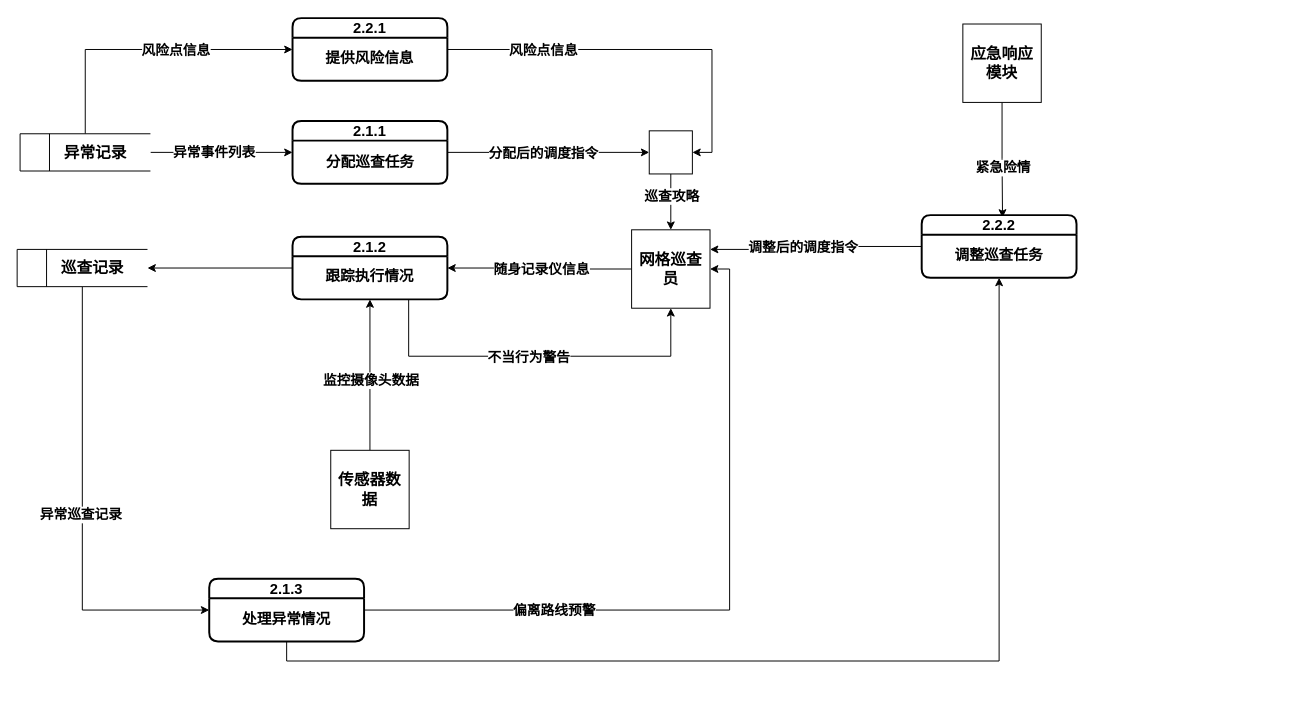
Before: 系统图DFD2.drawio in Lxlorange/drawio, a draw.io diagram. Source tidied: cells renumbered, new cells numbered last; positions are measured from the earlier drawing's top-left corner, leaving out a move shared by most shapes. Both pictures are drawn from the tidied source at 98%, with x=0, y=0 at pixel (17, 18).
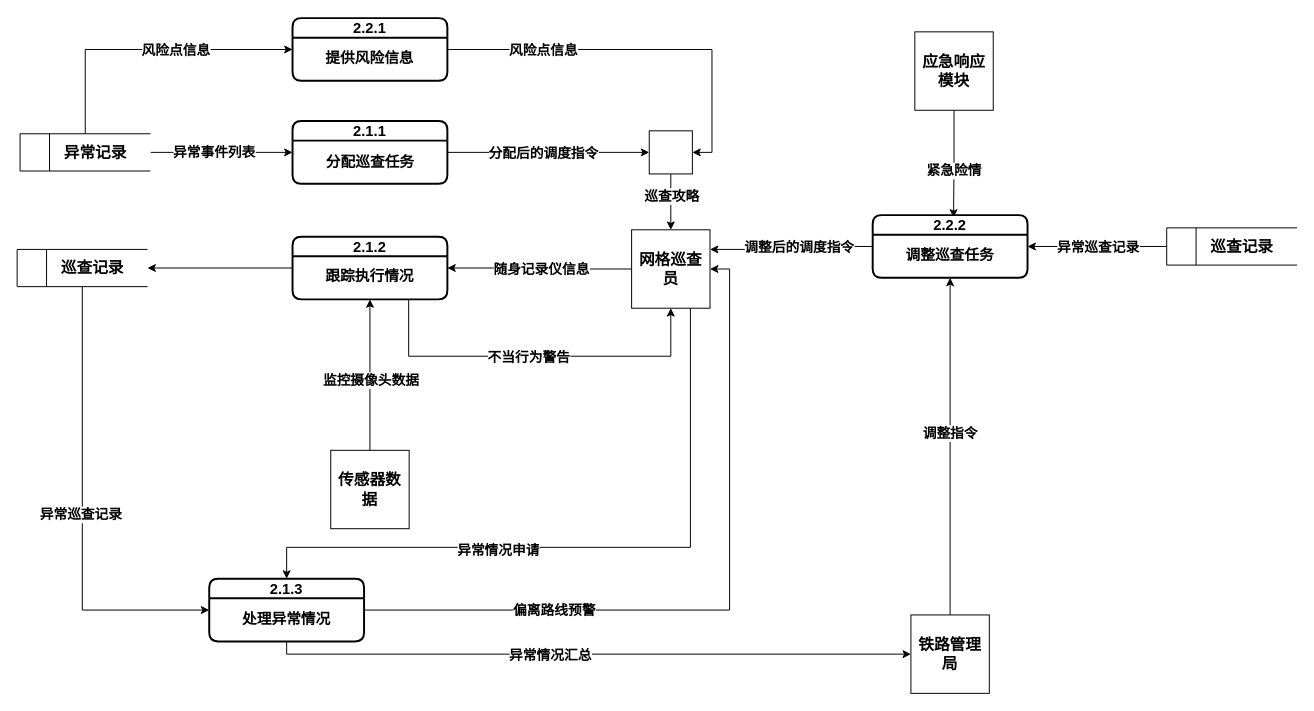
Above is the later version.

The change refers to these unchanged cells:
```xml
<mxCell id="7" value="2.1.3" style="swimlane;html=1;startSize=20;fontStyle=1;horizontal=1;swimlaneLine=1;strokeWidth=2;swimlaneFillColor=#ffffff;whiteSpace=wrap;rounded=1;fontSize=15;" parent="1" vertex="1">
  <mxGeometry x="196" y="572" width="158" height="64" as="geometry" />
</mxCell>
<mxCell id="8" value="处理异常情况" style="text;html=1;align=center;verticalAlign=middle;whiteSpace=wrap;rounded=0;fontSize=15;fontStyle=1;" parent="7" vertex="1">
  <mxGeometry x="28" y="26" width="102" height="30" as="geometry" />
</mxCell>
<mxCell id="23" style="edgeStyle=orthogonalEdgeStyle;rounded=0;jettySize=auto;html=1;exitX=0;exitY=0.5;exitDx=0;exitDy=0;entryX=1;entryY=0.25;entryDx=0;entryDy=0;" parent="1" edge="1" source="25" target="30">
  <mxGeometry relative="1" as="geometry" />
</mxCell>
<mxCell id="30" value="&lt;b&gt;网格巡查员&lt;/b&gt;" style="rounded=0;whiteSpace=wrap;html=1;fontSize=16;" parent="1" vertex="1">
  <mxGeometry x="627" y="216" width="80" height="80" as="geometry" />
</mxCell>
```

The edit, as a diff of the source:
```diff
@@
-    <mxCell id="6" style="edgeStyle=orthogonalEdgeStyle;rounded=0;jettySize=auto;html=1;exitX=0.5;exitY=1;exitDx=0;exitDy=0;entryX=0.5;entryY=1;entryDx=0;entryDy=0;" parent="1" edge="1" source="7" target="25">
-      <mxGeometry relative="1" as="geometry" />
-    </mxCell>
+    <mxCell id="44" style="edgeStyle=orthogonalEdgeStyle;rounded=0;jettySize=auto;html=1;entryX=0;entryY=0.5;entryDx=0;entryDy=0;exitX=0.5;exitY=1;exitDx=0;exitDy=0;" parent="1" edge="1" source="8" target="50">
+      <mxGeometry relative="1" as="geometry" />
+    </mxCell>
+    <mxCell id="45" value="&lt;font style=&quot;font-size: 14px;&quot;&gt;&lt;b&gt;异常情况汇总&lt;/b&gt;&lt;/font&gt;" style="edgeLabel;html=1;align=center;verticalAlign=middle;" parent="44" vertex="1">
+      <mxGeometry x="-0.13" y="2" relative="1" as="geometry">
+        <mxPoint x="3" y="2" as="offset" />
+      </mxGeometry>
+    </mxCell>
@@
     <mxCell id="24" value="&lt;b&gt;&lt;font style=&quot;font-size: 14px;&quot;&gt;调整后的调度指令&lt;/font&gt;&lt;/b&gt;" style="edgeLabel;html=1;align=center;verticalAlign=middle;" parent="23" vertex="1">
-      <mxGeometry x="0.14" y="-3" relative="1" as="geometry" />
+      <mxGeometry x="0.14" y="-3" relative="1" as="geometry">
+        <mxPoint x="17" as="offset" />
+      </mxGeometry>
     </mxCell>
     <mxCell id="25" value="2.2.2" style="swimlane;html=1;startSize=20;fontStyle=1;horizontal=1;swimlaneLine=1;strokeWidth=2;swimlaneFillColor=#ffffff;whiteSpace=wrap;rounded=1;fontSize=15;" parent="1" vertex="1">
-      <mxGeometry x="923" y="201" width="158" height="64" as="geometry" />
+      <mxGeometry x="873" y="201" width="158" height="64" as="geometry" />
     </mxCell>
@@
     <mxCell id="27" value="&lt;b&gt;应急响应模块&lt;/b&gt;" style="rounded=0;whiteSpace=wrap;html=1;fontSize=16;" parent="1" vertex="1">
-      <mxGeometry x="965" y="6" width="80" height="80" as="geometry" />
+      <mxGeometry x="916" y="14" width="80" height="80" as="geometry" />
     </mxCell>
@@
+    <mxCell id="46" style="edgeStyle=orthogonalEdgeStyle;rounded=0;jettySize=auto;html=1;exitX=0.75;exitY=1;exitDx=0;exitDy=0;entryX=0.5;entryY=0;entryDx=0;entryDy=0;" parent="1" edge="1" source="30" target="7">
+      <mxGeometry relative="1" as="geometry">
+        <Array as="points">
+          <mxPoint x="687" y="540" />
+          <mxPoint x="275" y="540" />
+        </Array>
+      </mxGeometry>
+    </mxCell>
+    <mxCell id="47" value="&lt;font style=&quot;font-size: 14px;&quot;&gt;&lt;b&gt;异常情况申请&lt;/b&gt;&lt;/font&gt;" style="edgeLabel;html=1;align=center;verticalAlign=middle;" parent="46" vertex="1">
+      <mxGeometry x="0.27" y="-2" relative="1" as="geometry">
+        <mxPoint x="-4" y="4" as="offset" />
+      </mxGeometry>
+    </mxCell>
@@
+    <mxCell id="48" style="edgeStyle=orthogonalEdgeStyle;rounded=0;jettySize=auto;html=1;entryX=0.5;entryY=1;entryDx=0;entryDy=0;" parent="1" edge="1" source="50" target="25">
+      <mxGeometry relative="1" as="geometry" />
+    </mxCell>
+    <mxCell id="49" value="&lt;font style=&quot;font-size: 14px;&quot;&gt;&lt;b&gt;调整指令&lt;/b&gt;&lt;/font&gt;" style="edgeLabel;html=1;align=center;verticalAlign=middle;" parent="48" vertex="1">
+      <mxGeometry x="0.08" y="1" relative="1" as="geometry" />
+    </mxCell>
+    <mxCell id="50" value="&lt;b&gt;铁路管理局&lt;/b&gt;" style="rounded=0;whiteSpace=wrap;html=1;fontSize=16;" parent="1" vertex="1">
+      <mxGeometry x="912" y="609" width="80" height="80" as="geometry" />
+    </mxCell>
+    <mxCell id="51" style="edgeStyle=orthogonalEdgeStyle;rounded=0;jettySize=auto;html=1;entryX=1;entryY=0.5;entryDx=0;entryDy=0;" parent="1" edge="1" source="53" target="25">
+      <mxGeometry relative="1" as="geometry" />
+    </mxCell>
+    <mxCell id="52" value="&lt;b&gt;&lt;font style=&quot;font-size: 14px;&quot;&gt;异常巡查记录&lt;/font&gt;&lt;/b&gt;" style="edgeLabel;html=1;align=center;verticalAlign=middle;" parent="51" vertex="1">
+      <mxGeometry x="0.43" y="-3" relative="1" as="geometry">
+        <mxPoint x="31" y="3" as="offset" />
+      </mxGeometry>
+    </mxCell>
+    <mxCell id="53" value="&lt;font style=&quot;font-size: 16px;&quot;&gt;&lt;b&gt;&amp;nbsp; &amp;nbsp; &amp;nbsp; &amp;nbsp; &amp;nbsp;巡查记录&lt;/b&gt;&lt;/font&gt;" style="html=1;dashed=0;whiteSpace=wrap;shape=mxgraph.dfd.dataStoreID;align=left;spacingLeft=3;points=[[0,0],[0.5,0],[1,0],[0,0.5],[1,0.5],[0,1],[0.5,1],[1,1]];" parent="1" vertex="1">
+      <mxGeometry x="1173" y="214" width="133" height="38" as="geometry" />
+    </mxCell>
```
